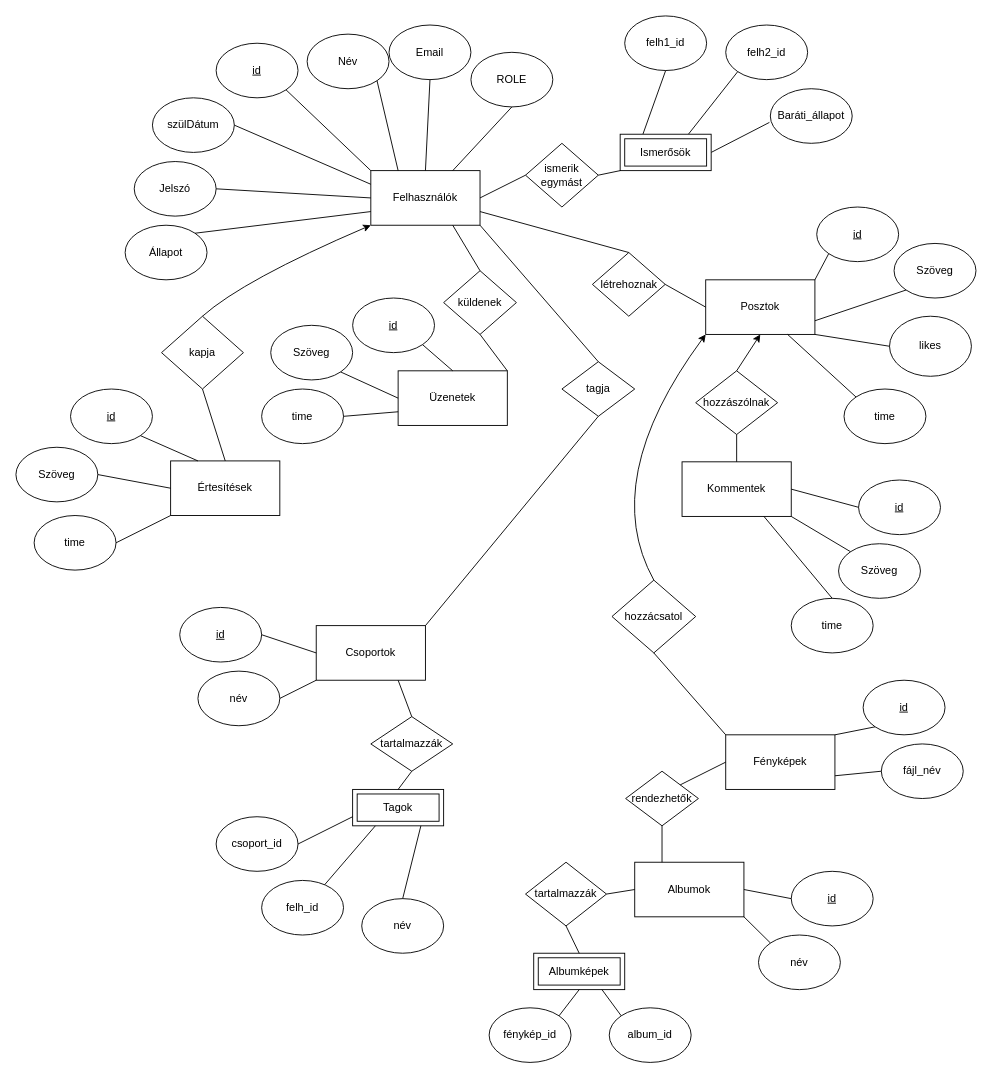
This is dokumentáció/diagrammok/EK-diagramm.drawio from Med-i23/Adatbalapu, a draw.io file, before an edit. Source tidied: cells renumbered, new cells numbered last; positions are measured from the earlier drawing's top-left corner, leaving out a move shared by most shapes. Both pictures are drawn from the tidied source at 91%, with x=0, y=0 at pixel (15, 15).
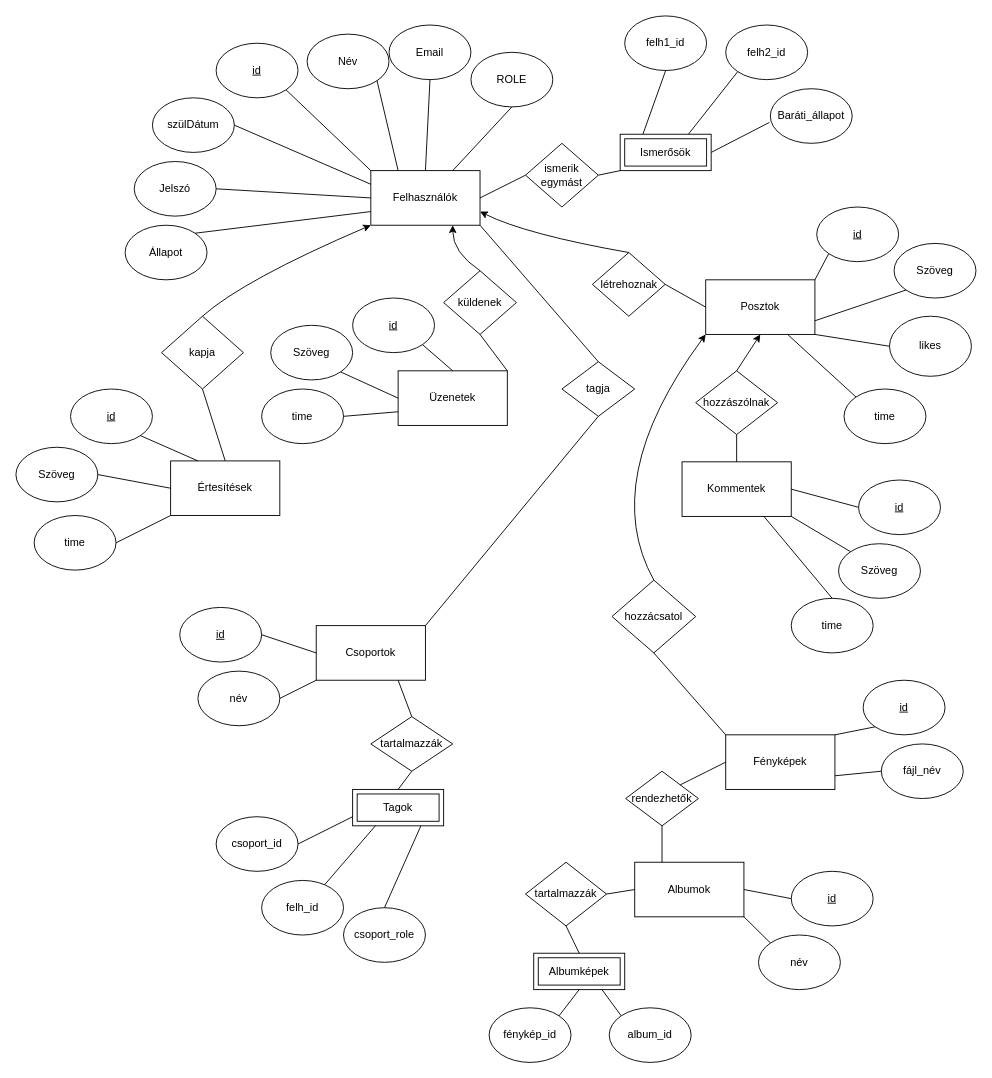
After the change.

Unchanged cells that the change refers to:
```xml
<mxCell id="2" value="Felhasználók" style="rounded=0;whiteSpace=wrap;html=1;" parent="1" vertex="1">
  <mxGeometry x="390" y="170" width="120" height="60" as="geometry" />
</mxCell>
<mxCell id="84" value="küldenek" style="rhombus;whiteSpace=wrap;html=1;" parent="1" vertex="1">
  <mxGeometry x="470" y="280" width="80" height="70" as="geometry" />
</mxCell>
<mxCell id="87" value="létrehoznak" style="rhombus;whiteSpace=wrap;html=1;" parent="1" vertex="1">
  <mxGeometry x="633.5" y="260" width="80" height="70" as="geometry" />
</mxCell>
```

Diff of the diagram source:
```diff
@@
-    <mxCell id="60" value="név" style="ellipse;whiteSpace=wrap;html=1;" parent="1" vertex="1">
-      <mxGeometry x="380" y="970" width="90" height="60" as="geometry" />
+    <mxCell id="60" value="csoport_role" style="ellipse;whiteSpace=wrap;html=1;" parent="1" vertex="1">
+      <mxGeometry x="360" y="980" width="90" height="60" as="geometry" />
     </mxCell>
@@
-    <mxCell id="85" style="endArrow=none;html=1;rounded=0;exitX=0.75;exitY=1;exitDx=0;exitDy=0;entryX=0.5;entryY=0;entryDx=0;entryDy=0;" parent="1" edge="1" source="2" target="84">
-      <mxGeometry relative="1" as="geometry" />
-    </mxCell>
@@
-    <mxCell id="88" style="endArrow=none;html=1;rounded=0;exitX=1;exitY=0.75;exitDx=0;exitDy=0;entryX=0.5;entryY=0;entryDx=0;entryDy=0;" parent="1" edge="1" source="2" target="87">
-      <mxGeometry relative="1" as="geometry" />
-    </mxCell>
@@
+    <mxCell id="111" style="curved=1;endArrow=classic;html=1;rounded=0;entryX=0.75;entryY=1;entryDx=0;entryDy=0;exitX=0.5;exitY=0;exitDx=0;exitDy=0;" parent="1" edge="1" source="84" target="2">
+      <mxGeometry relative="1" as="geometry">
+        <Array as="points">
+          <mxPoint x="480" y="260" />
+        </Array>
+      </mxGeometry>
+    </mxCell>
+    <mxCell id="112" style="curved=1;endArrow=classic;html=1;rounded=0;entryX=1;entryY=0.75;entryDx=0;entryDy=0;exitX=0.5;exitY=0;exitDx=0;exitDy=0;" parent="1" edge="1" source="87" target="2">
+      <mxGeometry relative="1" as="geometry">
+        <Array as="points">
+          <mxPoint x="560" y="240" />
+        </Array>
+      </mxGeometry>
+    </mxCell>
```
